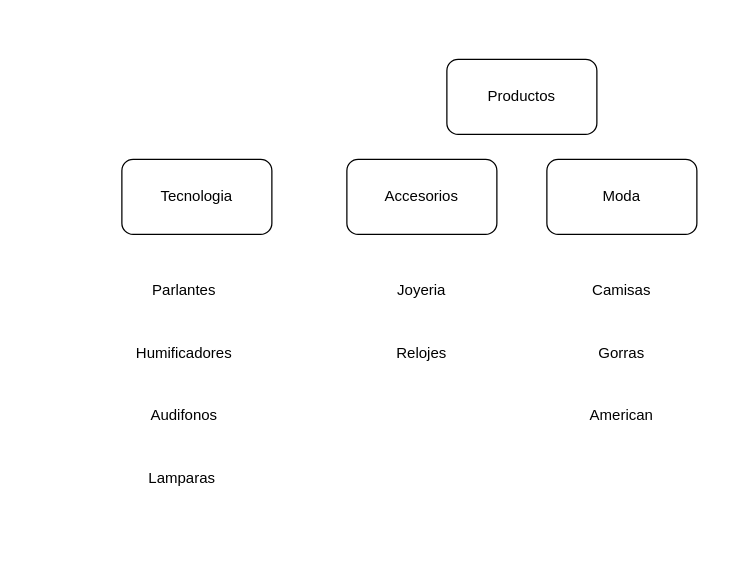
This is dev_.drawio from diegoamb03/codigos, a draw.io file, before an edit. Source tidied: cells renumbered, new cells numbered last; positions are measured from the earlier drawing's top-left corner, leaving out a move shared by most shapes. Both pictures are drawn from the tidied source at 125%, with x=0, y=0 at pixel (121, 59).
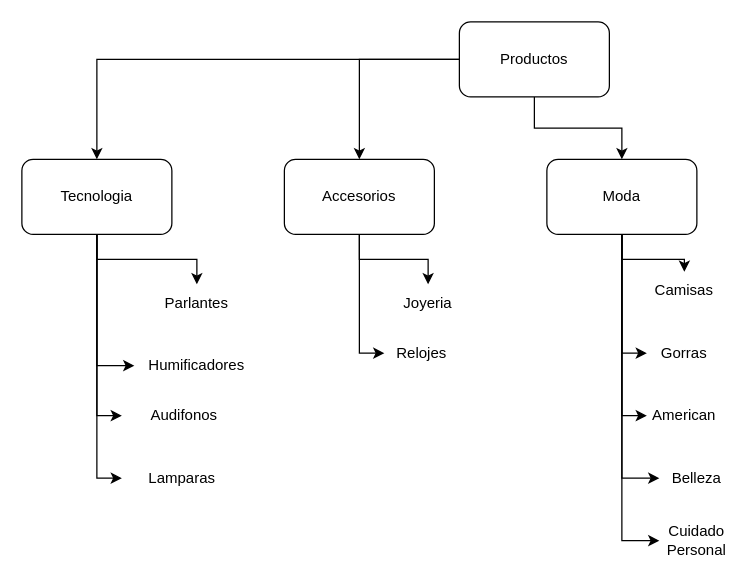
The same diagram, later.

Unchanged cells that the change refers to:
```xml
<mxCell id="7" value="Audifonos" style="text;html=1;strokeColor=none;fillColor=none;align=center;verticalAlign=middle;whiteSpace=wrap;rounded=0;" parent="1" vertex="1">
  <mxGeometry y="270" width="100" height="30" as="geometry" />
</mxCell>
<mxCell id="8" value="Moda" style="rounded=1;whiteSpace=wrap;html=1;" parent="1" vertex="1">
  <mxGeometry x="340" y="80" width="120" height="60" as="geometry" />
</mxCell>
<mxCell id="10" value="Relojes" style="text;html=1;strokeColor=none;fillColor=none;align=center;verticalAlign=middle;whiteSpace=wrap;rounded=0;" parent="1" vertex="1">
  <mxGeometry x="210" y="220" width="60" height="30" as="geometry" />
</mxCell>
<mxCell id="11" value="Lamparas&amp;nbsp;" style="text;html=1;strokeColor=none;fillColor=none;align=center;verticalAlign=middle;whiteSpace=wrap;rounded=0;" parent="1" vertex="1">
  <mxGeometry y="320" width="100" height="30" as="geometry" />
</mxCell>
```

The edit, as a diff of the source:
```diff
@@
+    <mxCell id="16" style="edgeStyle=orthogonalEdgeStyle;rounded=0;jettySize=auto;html=1;entryX=0.5;entryY=0;entryDx=0;entryDy=0;" parent="1" edge="1" source="2" target="3">
+      <mxGeometry relative="1" as="geometry" />
+    </mxCell>
+    <mxCell id="17" style="edgeStyle=orthogonalEdgeStyle;rounded=0;jettySize=auto;html=1;" parent="1" edge="1" source="2" target="4">
+      <mxGeometry relative="1" as="geometry" />
+    </mxCell>
+    <mxCell id="18" style="edgeStyle=orthogonalEdgeStyle;rounded=0;jettySize=auto;html=1;entryX=0.5;entryY=0;entryDx=0;entryDy=0;" parent="1" edge="1" source="2" target="8">
+      <mxGeometry relative="1" as="geometry" />
+    </mxCell>
     <mxCell id="2" value="Productos" style="rounded=1;whiteSpace=wrap;html=1;" parent="1" vertex="1">
-      <mxGeometry x="260" width="120" height="60" as="geometry" />
+      <mxGeometry x="270" y="-30" width="120" height="60" as="geometry" />
     </mxCell>
+    <mxCell id="19" style="edgeStyle=orthogonalEdgeStyle;rounded=0;jettySize=auto;html=1;" parent="1" edge="1" source="3" target="5">
+      <mxGeometry relative="1" as="geometry" />
+    </mxCell>
+    <mxCell id="20" style="edgeStyle=orthogonalEdgeStyle;rounded=0;jettySize=auto;html=1;entryX=0;entryY=0.5;entryDx=0;entryDy=0;" parent="1" edge="1" source="3" target="6">
+      <mxGeometry relative="1" as="geometry" />
+    </mxCell>
+    <mxCell id="21" style="edgeStyle=orthogonalEdgeStyle;rounded=0;jettySize=auto;html=1;entryX=0;entryY=0.5;entryDx=0;entryDy=0;" parent="1" edge="1" source="3" target="7">
+      <mxGeometry relative="1" as="geometry" />
+    </mxCell>
+    <mxCell id="22" style="edgeStyle=orthogonalEdgeStyle;rounded=0;jettySize=auto;html=1;entryX=0;entryY=0.5;entryDx=0;entryDy=0;" parent="1" edge="1" source="3" target="11">
+      <mxGeometry relative="1" as="geometry" />
+    </mxCell>
     <mxCell id="3" value="Tecnologia" style="rounded=1;whiteSpace=wrap;html=1;" parent="1" vertex="1">
-      <mxGeometry y="80" width="120" height="60" as="geometry" />
+      <mxGeometry x="-80" y="80" width="120" height="60" as="geometry" />
     </mxCell>
+    <mxCell id="23" style="edgeStyle=orthogonalEdgeStyle;rounded=0;jettySize=auto;html=1;" parent="1" edge="1" source="4" target="9">
+      <mxGeometry relative="1" as="geometry" />
+    </mxCell>
+    <mxCell id="24" style="edgeStyle=orthogonalEdgeStyle;rounded=0;jettySize=auto;html=1;entryX=0;entryY=0.5;entryDx=0;entryDy=0;" parent="1" edge="1" source="4" target="10">
+      <mxGeometry relative="1" as="geometry" />
+    </mxCell>
     <mxCell id="4" value="Accesorios" style="rounded=1;whiteSpace=wrap;html=1;" parent="1" vertex="1">
-      <mxGeometry x="180" y="80" width="120" height="60" as="geometry" />
+      <mxGeometry x="130" y="80" width="120" height="60" as="geometry" />
     </mxCell>
     <mxCell id="5" value="Parlantes" style="text;html=1;strokeColor=none;fillColor=none;align=center;verticalAlign=middle;whiteSpace=wrap;rounded=0;" parent="1" vertex="1">
-      <mxGeometry x="20" y="170" width="60" height="30" as="geometry" />
+      <mxGeometry x="30" y="180" width="60" height="30" as="geometry" />
     </mxCell>
     <mxCell id="6" value="Humificadores" style="text;html=1;strokeColor=none;fillColor=none;align=center;verticalAlign=middle;whiteSpace=wrap;rounded=0;" parent="1" vertex="1">
-      <mxGeometry y="220" width="100" height="30" as="geometry" />
+      <mxGeometry x="10" y="230" width="100" height="30" as="geometry" />
     </mxCell>
@@
+    <mxCell id="25" style="edgeStyle=orthogonalEdgeStyle;rounded=0;jettySize=auto;html=1;" parent="1" edge="1" source="8" target="12">
+      <mxGeometry relative="1" as="geometry" />
+    </mxCell>
+    <mxCell id="26" style="edgeStyle=orthogonalEdgeStyle;rounded=0;jettySize=auto;html=1;entryX=0;entryY=0.5;entryDx=0;entryDy=0;" parent="1" edge="1" source="8" target="13">
+      <mxGeometry relative="1" as="geometry" />
+    </mxCell>
+    <mxCell id="27" style="edgeStyle=orthogonalEdgeStyle;rounded=0;jettySize=auto;html=1;entryX=0;entryY=0.5;entryDx=0;entryDy=0;" parent="1" edge="1" source="8" target="15">
+      <mxGeometry relative="1" as="geometry" />
+    </mxCell>
+    <mxCell id="28" style="edgeStyle=orthogonalEdgeStyle;rounded=0;jettySize=auto;html=1;entryX=0;entryY=0.5;entryDx=0;entryDy=0;" parent="1" edge="1" source="8" target="30">
+      <mxGeometry relative="1" as="geometry" />
+    </mxCell>
+    <mxCell id="29" style="edgeStyle=orthogonalEdgeStyle;rounded=0;jettySize=auto;html=1;entryX=0;entryY=0.5;entryDx=0;entryDy=0;" parent="1" edge="1" source="8" target="31">
+      <mxGeometry relative="1" as="geometry" />
+    </mxCell>
@@
     <mxCell id="9" value="Joyeria" style="text;html=1;strokeColor=none;fillColor=none;align=center;verticalAlign=middle;whiteSpace=wrap;rounded=0;" parent="1" vertex="1">
-      <mxGeometry x="210" y="170" width="60" height="30" as="geometry" />
+      <mxGeometry x="215" y="180" width="60" height="30" as="geometry" />
     </mxCell>
@@
     <mxCell id="12" value="Camisas" style="text;html=1;strokeColor=none;fillColor=none;align=center;verticalAlign=middle;whiteSpace=wrap;rounded=0;" parent="1" vertex="1">
-      <mxGeometry x="370" y="170" width="60" height="30" as="geometry" />
+      <mxGeometry x="420" y="170" width="60" height="30" as="geometry" />
     </mxCell>
     <mxCell id="13" value="Gorras" style="text;html=1;strokeColor=none;fillColor=none;align=center;verticalAlign=middle;whiteSpace=wrap;rounded=0;" parent="1" vertex="1">
-      <mxGeometry x="370" y="220" width="60" height="30" as="geometry" />
+      <mxGeometry x="420" y="220" width="60" height="30" as="geometry" />
     </mxCell>
@@
     <mxCell id="15" value="American" style="text;html=1;strokeColor=none;fillColor=none;align=center;verticalAlign=middle;whiteSpace=wrap;rounded=0;" parent="1" vertex="1">
-      <mxGeometry x="370" y="270" width="60" height="30" as="geometry" />
+      <mxGeometry x="420" y="270" width="60" height="30" as="geometry" />
     </mxCell>
+    <mxCell id="30" value="Belleza" style="text;html=1;strokeColor=none;fillColor=none;align=center;verticalAlign=middle;whiteSpace=wrap;rounded=0;" parent="1" vertex="1">
+      <mxGeometry x="430" y="320" width="60" height="30" as="geometry" />
+    </mxCell>
+    <mxCell id="31" value="Cuidado Personal" style="text;html=1;strokeColor=none;fillColor=none;align=center;verticalAlign=middle;whiteSpace=wrap;rounded=0;" parent="1" vertex="1">
+      <mxGeometry x="430" y="370" width="60" height="30" as="geometry" />
+    </mxCell>
```
